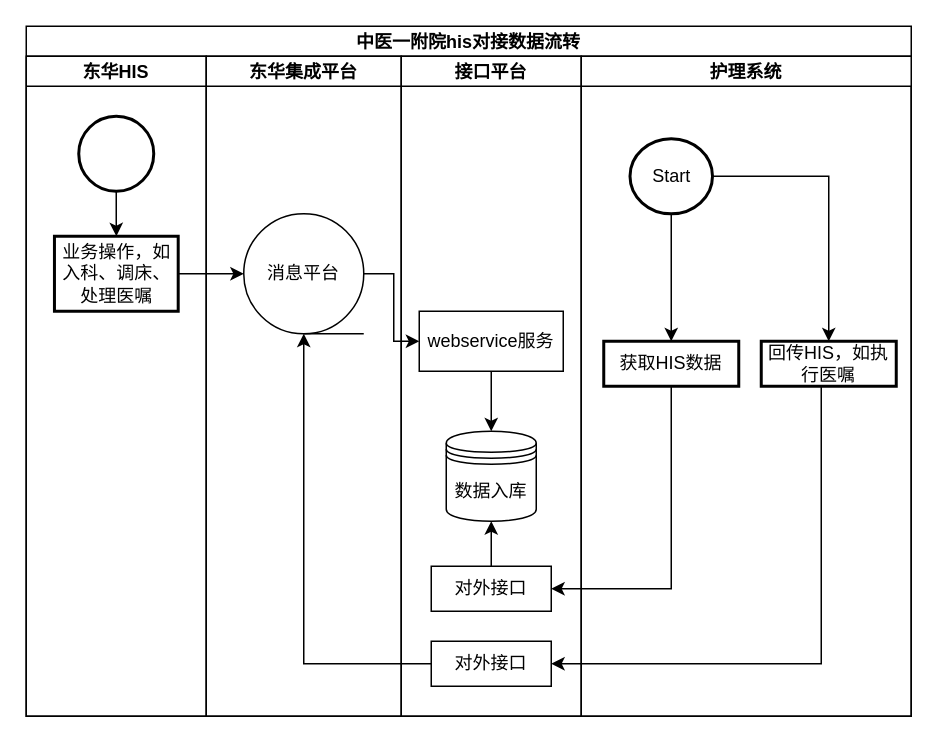
Earlier version of the draw.io diagram 中医一附院对接流程.drawio (zzitbar/drawio). Source tidied: cells renumbered, new cells numbered last; positions are measured from the earlier drawing's top-left corner, leaving out a move shared by most shapes. Both pictures are drawn from the tidied source at 150%, with x=0, y=0 at pixel (26, 26).
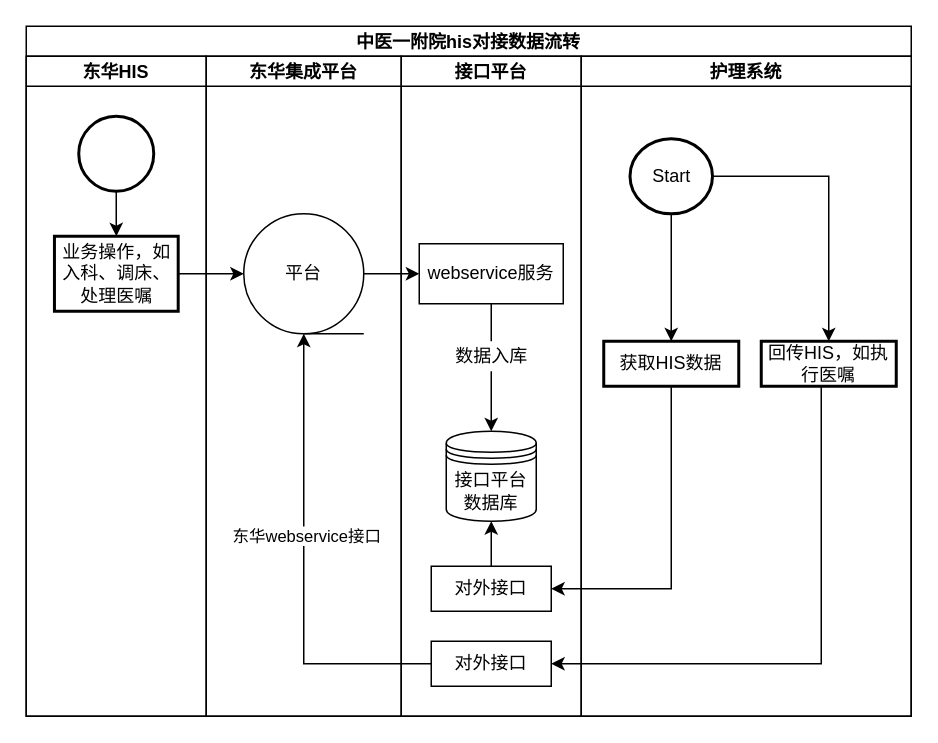
Above is the later version.

Commit message:
Update 中医一附院对接流程.drawio

The change refers to these unchanged cells:
```xml
<mxCell id="7" value="东华集成平台" style="swimlane;startSize=20;" parent="2" vertex="1">
  <mxGeometry x="120" y="20" width="130" height="440" as="geometry" />
</mxCell>
<mxCell id="9" value="接口平台" style="swimlane;startSize=20;" parent="2" vertex="1">
  <mxGeometry x="250" y="20" width="120" height="440" as="geometry" />
</mxCell>
<mxCell id="26" style="edgeStyle=orthogonalEdgeStyle;rounded=0;jettySize=auto;html=1;entryX=0.5;entryY=1;entryDx=0;entryDy=0;" parent="2" edge="1" source="15" target="8">
  <mxGeometry relative="1" as="geometry" />
</mxCell>
```

Diff of the diagram source:
```diff
@@
-    <mxCell id="8" value="消息平台" style="shape=tapeData;whiteSpace=wrap;html=1;perimeter=ellipsePerimeter;" parent="7" vertex="1">
+    <mxCell id="8" value="平台" style="shape=tapeData;whiteSpace=wrap;html=1;perimeter=ellipsePerimeter;" parent="7" vertex="1">
       <mxGeometry x="25" y="105" width="80" height="80" as="geometry" />
     </mxCell>
@@
     <mxCell id="10" value="webservice服务" style="whiteSpace=wrap;html=1;" parent="9" vertex="1">
-      <mxGeometry x="12" y="170" width="96" height="40" as="geometry" />
+      <mxGeometry x="12" y="125" width="96" height="40" as="geometry" />
     </mxCell>
-    <mxCell id="11" style="edgeStyle=orthogonalEdgeStyle;rounded=0;jettySize=auto;html=1;" parent="9" edge="1" source="10">
+    <mxCell id="11" style="edgeStyle=orthogonalEdgeStyle;rounded=0;jettySize=auto;html=1;startArrow=none;" parent="9" edge="1" source="27">
       <mxGeometry relative="1" as="geometry">
         <mxPoint x="60" y="250" as="targetPoint" />
       </mxGeometry>
     </mxCell>
-    <mxCell id="12" value="数据入库" style="shape=datastore;whiteSpace=wrap;html=1;" parent="9" vertex="1">
+    <mxCell id="12" value="接口平台数据库" style="shape=datastore;whiteSpace=wrap;html=1;" parent="9" vertex="1">
       <mxGeometry x="30" y="250" width="60" height="60" as="geometry" />
     </mxCell>
@@
+    <mxCell id="27" value="&lt;span&gt;数据入库&lt;/span&gt;" style="text;html=1;align=center;verticalAlign=middle;points=[];strokeColor=none;fillColor=none;" parent="9" vertex="1">
+      <mxGeometry x="30" y="190" width="60" height="20" as="geometry" />
+    </mxCell>
+    <mxCell id="28" style="edgeStyle=orthogonalEdgeStyle;rounded=0;jettySize=auto;html=1;endArrow=none;" parent="9" edge="1" source="10" target="27">
+      <mxGeometry relative="1" as="geometry" />
+    </mxCell>
@@
+    <mxCell id="29" value="东华webservice接口" style="edgeLabel;html=1;align=center;verticalAlign=middle;" parent="26" vertex="1">
+      <mxGeometry x="0.12" y="-1" relative="1" as="geometry" />
+    </mxCell>
```
